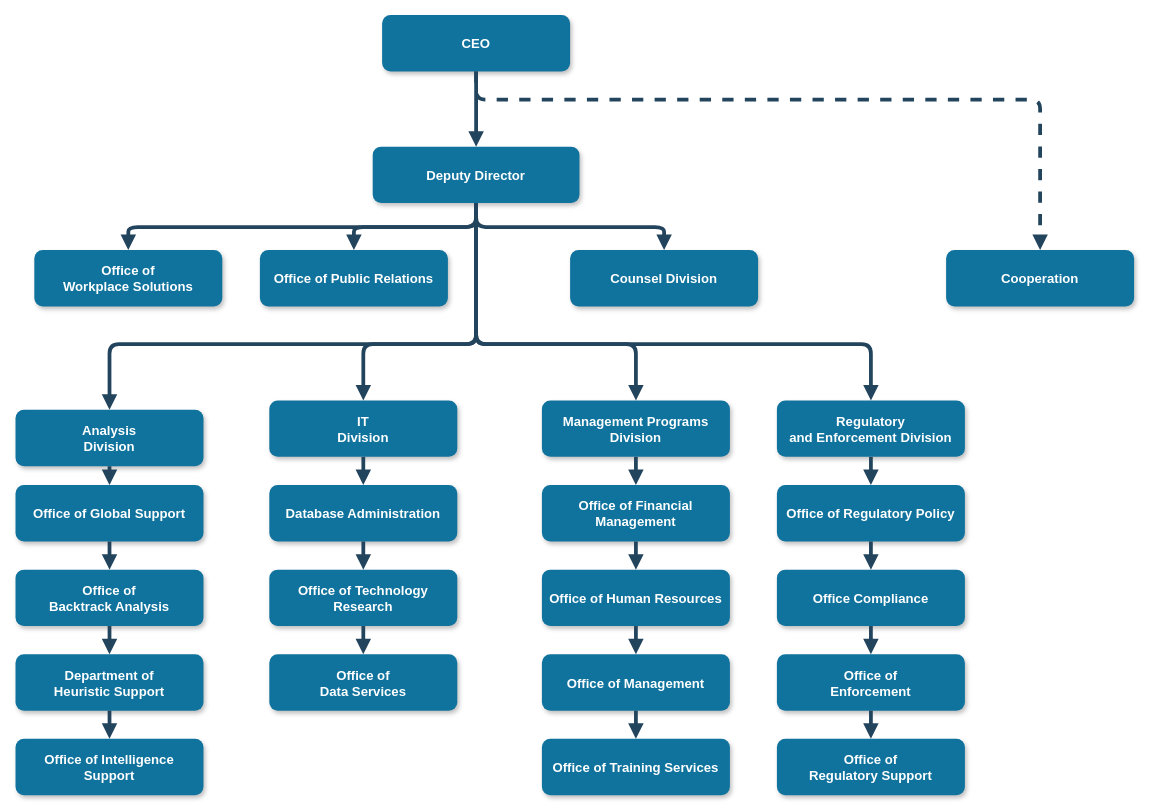
This is diagramFolder/hierarchyStructure.drawio from omilhano/SocialHire, a draw.io file, before an edit. Source tidied: cells renumbered, new cells numbered last; positions are measured from the earlier drawing's top-left corner, leaving out a move shared by most shapes. Both pictures are drawn from the tidied source at 94%, with x=0, y=0 at pixel (15, 15).
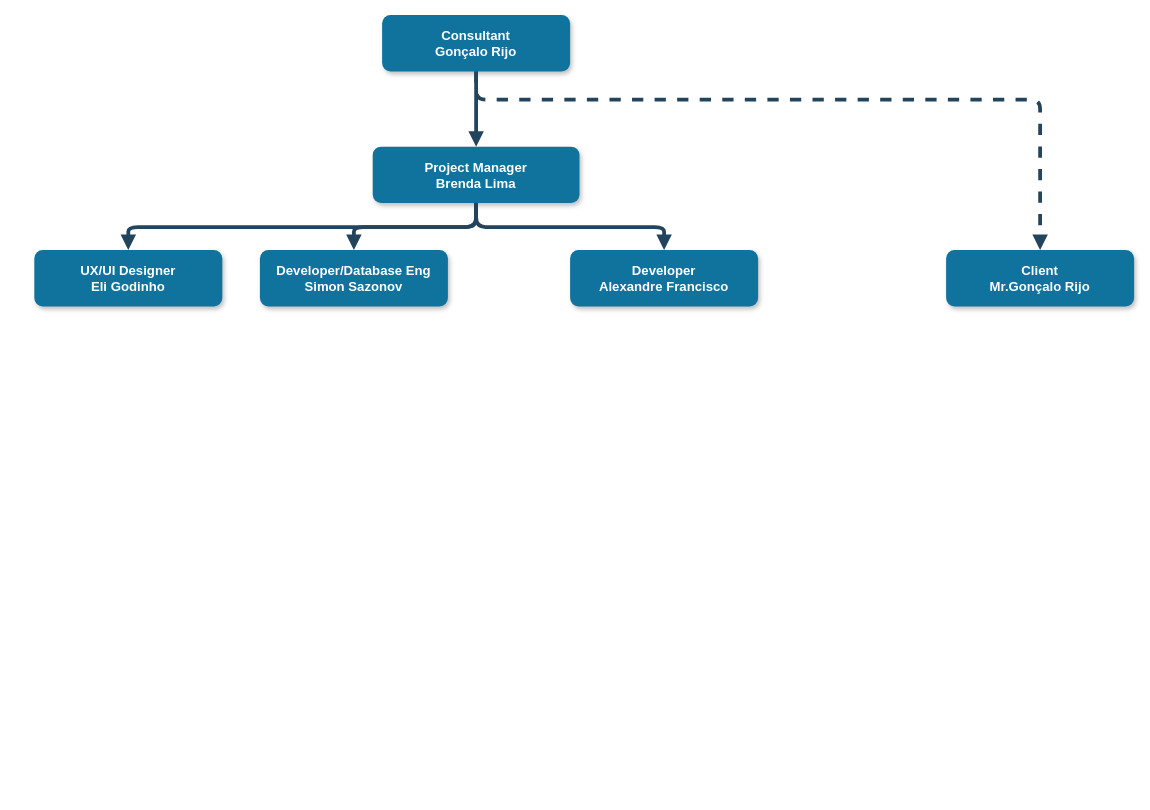
The same diagram, later.

Diff of the diagram source:
```diff
@@
-    <mxCell id="2" value="CEO" style="rounded=1;fillColor=#10739E;strokeColor=none;shadow=1;gradientColor=none;fontStyle=1;fontColor=#FFFFFF;fontSize=14;" parent="1" vertex="1">
+    <mxCell id="2" value="Consultant&#10;Gonçalo Rijo" style="rounded=1;fillColor=#10739E;strokeColor=none;shadow=1;gradientColor=none;fontStyle=1;fontColor=#FFFFFF;fontSize=14;" parent="1" vertex="1">
       <mxGeometry x="390" y="-0.5" width="200" height="60" as="geometry" />
     </mxCell>
-    <mxCell id="3" value="Deputy Director" style="rounded=1;fillColor=#10739E;strokeColor=none;shadow=1;gradientColor=none;fontStyle=1;fontColor=#FFFFFF;fontSize=14;" parent="1" vertex="1">
+    <mxCell id="3" value="Project Manager&#10;Brenda Lima" style="rounded=1;fillColor=#10739E;strokeColor=none;shadow=1;gradientColor=none;fontStyle=1;fontColor=#FFFFFF;fontSize=14;" parent="1" vertex="1">
       <mxGeometry x="380" y="139.5" width="220" height="60" as="geometry" />
     </mxCell>
-    <mxCell id="4" value="Office of &#10;Workplace Solutions" style="rounded=1;fillColor=#10739E;strokeColor=none;shadow=1;gradientColor=none;fontStyle=1;fontColor=#FFFFFF;fontSize=14;" parent="1" vertex="1">
+    <mxCell id="4" value="UX/UI Designer&#10;Eli Godinho" style="rounded=1;fillColor=#10739E;strokeColor=none;shadow=1;gradientColor=none;fontStyle=1;fontColor=#FFFFFF;fontSize=14;" parent="1" vertex="1">
       <mxGeometry x="20" y="249.5" width="200" height="60" as="geometry" />
     </mxCell>
-    <mxCell id="5" value="Office of Public Relations" style="rounded=1;fillColor=#10739E;strokeColor=none;shadow=1;gradientColor=none;fontStyle=1;fontColor=#FFFFFF;fontSize=14;" parent="1" vertex="1">
+    <mxCell id="5" value="Developer/Database Eng&#10;Simon Sazonov" style="rounded=1;fillColor=#10739E;strokeColor=none;shadow=1;gradientColor=none;fontStyle=1;fontColor=#FFFFFF;fontSize=14;" parent="1" vertex="1">
       <mxGeometry x="260" y="249.5" width="200" height="60" as="geometry" />
     </mxCell>
-    <mxCell id="6" value="Counsel Division" style="rounded=1;fillColor=#10739E;strokeColor=none;shadow=1;gradientColor=none;fontStyle=1;fontColor=#FFFFFF;fontSize=14;" parent="1" vertex="1">
+    <mxCell id="6" value="Developer&#10;Alexandre Francisco" style="rounded=1;fillColor=#10739E;strokeColor=none;shadow=1;gradientColor=none;fontStyle=1;fontColor=#FFFFFF;fontSize=14;" parent="1" vertex="1">
       <mxGeometry x="590" y="249.5" width="200" height="60" as="geometry" />
     </mxCell>
-    <mxCell id="7" value="Cooperation" style="rounded=1;fillColor=#10739E;strokeColor=none;shadow=1;gradientColor=none;fontStyle=1;fontColor=#FFFFFF;fontSize=14;" parent="1" vertex="1">
+    <mxCell id="7" value="Client&#10;Mr.Gonçalo Rijo" style="rounded=1;fillColor=#10739E;strokeColor=none;shadow=1;gradientColor=none;fontStyle=1;fontColor=#FFFFFF;fontSize=14;" parent="1" vertex="1">
       <mxGeometry x="990" y="249.5" width="200" height="60" as="geometry" />
     </mxCell>
-    <mxCell id="8" value="Analysis &#10;Division" style="rounded=1;fillColor=#10739E;strokeColor=none;shadow=1;gradientColor=none;fontStyle=1;fontColor=#FFFFFF;fontSize=14;" parent="1" vertex="1">
-      <mxGeometry y="419.5" width="200" height="60" as="geometry" />
-    </mxCell>
-    <mxCell id="9" value="Office of Global Support" style="rounded=1;fillColor=#10739E;strokeColor=none;shadow=1;gradientColor=none;fontStyle=1;fontColor=#FFFFFF;fontSize=14;" parent="1" vertex="1">
-      <mxGeometry y="499.5" width="200" height="60" as="geometry" />
-    </mxCell>
-    <mxCell id="10" value="Office of &#10;Backtrack Analysis" style="rounded=1;fillColor=#10739E;strokeColor=none;shadow=1;gradientColor=none;fontStyle=1;fontColor=#FFFFFF;fontSize=14;" parent="1" vertex="1">
-      <mxGeometry y="589.5" width="200" height="60" as="geometry" />
-    </mxCell>
-    <mxCell id="11" value="Department of &#10;Heuristic Support" style="rounded=1;fillColor=#10739E;strokeColor=none;shadow=1;gradientColor=none;fontStyle=1;fontColor=#FFFFFF;fontSize=14;" parent="1" vertex="1">
-      <mxGeometry y="679.5" width="200" height="60" as="geometry" />
-    </mxCell>
-    <mxCell id="12" value="Office of Intelligence &#10;Support" style="rounded=1;fillColor=#10739E;strokeColor=none;shadow=1;gradientColor=none;fontStyle=1;fontColor=#FFFFFF;fontSize=14;" parent="1" vertex="1">
-      <mxGeometry y="769.5" width="200" height="60" as="geometry" />
-    </mxCell>
-    <mxCell id="13" value="IT&#10;Division" style="rounded=1;fillColor=#10739E;strokeColor=none;shadow=1;gradientColor=none;fontStyle=1;fontColor=#FFFFFF;fontSize=14;" parent="1" vertex="1">
-      <mxGeometry x="270" y="409.5" width="200" height="60" as="geometry" />
-    </mxCell>
-    <mxCell id="14" value="Database Administration" style="rounded=1;fillColor=#10739E;strokeColor=none;shadow=1;gradientColor=none;fontStyle=1;fontColor=#FFFFFF;fontSize=14;" parent="1" vertex="1">
-      <mxGeometry x="270" y="499.5" width="200" height="60" as="geometry" />
-    </mxCell>
-    <mxCell id="15" value="Office of Technology &#10;Research" style="rounded=1;fillColor=#10739E;strokeColor=none;shadow=1;gradientColor=none;fontStyle=1;fontColor=#FFFFFF;fontSize=14;" parent="1" vertex="1">
-      <mxGeometry x="270" y="589.5" width="200" height="60" as="geometry" />
-    </mxCell>
-    <mxCell id="16" value="Office of&#10;Data Services" style="rounded=1;fillColor=#10739E;strokeColor=none;shadow=1;gradientColor=none;fontStyle=1;fontColor=#FFFFFF;fontSize=14;" parent="1" vertex="1">
-      <mxGeometry x="270" y="679.5" width="200" height="60" as="geometry" />
-    </mxCell>
-    <mxCell id="17" value="Management Programs &#10;Division" style="rounded=1;fillColor=#10739E;strokeColor=none;shadow=1;gradientColor=none;fontStyle=1;fontColor=#FFFFFF;fontSize=14;" parent="1" vertex="1">
-      <mxGeometry x="560" y="409.5" width="200" height="60" as="geometry" />
-    </mxCell>
-    <mxCell id="18" value="Office of Financial &#10;Management" style="rounded=1;fillColor=#10739E;strokeColor=none;shadow=1;gradientColor=none;fontStyle=1;fontColor=#FFFFFF;fontSize=14;" parent="1" vertex="1">
-      <mxGeometry x="560" y="499.5" width="200" height="60" as="geometry" />
-    </mxCell>
-    <mxCell id="19" value="Office of Human Resources" style="rounded=1;fillColor=#10739E;strokeColor=none;shadow=1;gradientColor=none;fontStyle=1;fontColor=#FFFFFF;fontSize=14;" parent="1" vertex="1">
-      <mxGeometry x="560" y="589.5" width="200" height="60" as="geometry" />
-    </mxCell>
-    <mxCell id="20" value="Office of Management " style="rounded=1;fillColor=#10739E;strokeColor=none;shadow=1;gradientColor=none;fontStyle=1;fontColor=#FFFFFF;fontSize=14;" parent="1" vertex="1">
-      <mxGeometry x="560" y="679.5" width="200" height="60" as="geometry" />
-    </mxCell>
-    <mxCell id="21" value="Office of Training Services" style="rounded=1;fillColor=#10739E;strokeColor=none;shadow=1;gradientColor=none;fontStyle=1;fontColor=#FFFFFF;fontSize=14;" parent="1" vertex="1">
-      <mxGeometry x="560" y="769.5" width="200" height="60" as="geometry" />
-    </mxCell>
-    <mxCell id="22" value="Regulatory &#10;and Enforcement Division" style="rounded=1;fillColor=#10739E;strokeColor=none;shadow=1;gradientColor=none;fontStyle=1;fontColor=#FFFFFF;fontSize=14;" parent="1" vertex="1">
-      <mxGeometry x="810" y="409.5" width="200" height="60" as="geometry" />
-    </mxCell>
-    <mxCell id="23" value="Office of Regulatory Policy" style="rounded=1;fillColor=#10739E;strokeColor=none;shadow=1;gradientColor=none;fontStyle=1;fontColor=#FFFFFF;fontSize=14;" parent="1" vertex="1">
-      <mxGeometry x="810" y="499.5" width="200" height="60" as="geometry" />
-    </mxCell>
-    <mxCell id="24" value="Office Compliance" style="rounded=1;fillColor=#10739E;strokeColor=none;shadow=1;gradientColor=none;fontStyle=1;fontColor=#FFFFFF;fontSize=14;" parent="1" vertex="1">
-      <mxGeometry x="810" y="589.5" width="200" height="60" as="geometry" />
-    </mxCell>
-    <mxCell id="25" value="Office of &#10;Enforcement" style="rounded=1;fillColor=#10739E;strokeColor=none;shadow=1;gradientColor=none;fontStyle=1;fontColor=#FFFFFF;fontSize=14;" parent="1" vertex="1">
-      <mxGeometry x="810" y="679.5" width="200" height="60" as="geometry" />
-    </mxCell>
-    <mxCell id="26" value="Office of&#10; Regulatory Support" style="rounded=1;fillColor=#10739E;strokeColor=none;shadow=1;gradientColor=none;fontStyle=1;fontColor=#FFFFFF;fontSize=14;" parent="1" vertex="1">
-      <mxGeometry x="810" y="769.5" width="200" height="60" as="geometry" />
-    </mxCell>
@@
-    <mxCell id="32" style="edgeStyle=elbowEdgeStyle;elbow=vertical;strokeWidth=4;endArrow=block;endFill=1;fontStyle=1;strokeColor=#23445D;" parent="1" edge="1" source="3" target="8">
-      <mxGeometry x="22" y="165.5" as="geometry">
-        <Array as="points">
-          <mxPoint x="270" y="349.5" />
-        </Array>
-      </mxGeometry>
-    </mxCell>
-    <mxCell id="33" style="edgeStyle=elbowEdgeStyle;elbow=vertical;strokeWidth=4;endArrow=block;endFill=1;fontStyle=1;strokeColor=#23445D;" parent="1" edge="1" source="3" target="22">
-      <mxGeometry x="22" y="165.5" as="geometry">
-        <Array as="points">
-          <mxPoint x="690" y="349.5" />
-        </Array>
-      </mxGeometry>
-    </mxCell>
-    <mxCell id="34" style="edgeStyle=elbowEdgeStyle;elbow=vertical;strokeWidth=4;endArrow=block;endFill=1;fontStyle=1;strokeColor=#23445D;" parent="1" edge="1" source="8" target="9">
-      <mxGeometry x="62" y="165.5" as="geometry" />
-    </mxCell>
-    <mxCell id="35" style="edgeStyle=elbowEdgeStyle;elbow=vertical;strokeWidth=4;endArrow=block;endFill=1;fontStyle=1;strokeColor=#23445D;" parent="1" edge="1" source="9" target="10">
-      <mxGeometry x="62" y="175.5" as="geometry" />
-    </mxCell>
-    <mxCell id="36" style="edgeStyle=elbowEdgeStyle;elbow=vertical;strokeWidth=4;endArrow=block;endFill=1;fontStyle=1;strokeColor=#23445D;" parent="1" edge="1" source="10" target="11">
-      <mxGeometry x="62" y="185.5" as="geometry" />
-    </mxCell>
-    <mxCell id="37" style="edgeStyle=elbowEdgeStyle;elbow=vertical;strokeWidth=4;endArrow=block;endFill=1;fontStyle=1;strokeColor=#23445D;" parent="1" edge="1" source="11" target="12">
-      <mxGeometry x="62" y="195.5" as="geometry" />
-    </mxCell>
-    <mxCell id="38" style="edgeStyle=elbowEdgeStyle;elbow=vertical;strokeWidth=4;endArrow=block;endFill=1;fontStyle=1;strokeColor=#23445D;" parent="1" edge="1" source="13" target="14">
-      <mxGeometry x="62" y="165.5" as="geometry" />
-    </mxCell>
-    <mxCell id="39" style="edgeStyle=elbowEdgeStyle;elbow=vertical;strokeWidth=4;endArrow=block;endFill=1;fontStyle=1;strokeColor=#23445D;" parent="1" edge="1" source="14" target="15">
-      <mxGeometry x="62" y="175.5" as="geometry" />
-    </mxCell>
-    <mxCell id="40" style="edgeStyle=elbowEdgeStyle;elbow=vertical;strokeWidth=4;endArrow=block;endFill=1;fontStyle=1;strokeColor=#23445D;" parent="1" edge="1" source="15" target="16">
-      <mxGeometry x="62" y="185.5" as="geometry" />
-    </mxCell>
-    <mxCell id="41" style="edgeStyle=elbowEdgeStyle;elbow=vertical;strokeWidth=4;endArrow=block;endFill=1;fontStyle=1;strokeColor=#23445D;" parent="1" edge="1" source="17" target="18">
-      <mxGeometry x="72" y="165.5" as="geometry" />
-    </mxCell>
-    <mxCell id="42" style="edgeStyle=elbowEdgeStyle;elbow=vertical;strokeWidth=4;endArrow=block;endFill=1;fontStyle=1;strokeColor=#23445D;" parent="1" edge="1" source="18" target="19">
-      <mxGeometry x="72" y="175.5" as="geometry" />
-    </mxCell>
-    <mxCell id="43" style="edgeStyle=elbowEdgeStyle;elbow=vertical;strokeWidth=4;endArrow=block;endFill=1;fontStyle=1;strokeColor=#23445D;" parent="1" edge="1" source="19" target="20">
-      <mxGeometry x="72" y="185.5" as="geometry" />
-    </mxCell>
-    <mxCell id="44" style="edgeStyle=elbowEdgeStyle;elbow=vertical;strokeWidth=4;endArrow=block;endFill=1;fontStyle=1;strokeColor=#23445D;" parent="1" edge="1" source="20" target="21">
-      <mxGeometry x="72" y="195.5" as="geometry" />
-    </mxCell>
-    <mxCell id="45" style="edgeStyle=elbowEdgeStyle;elbow=vertical;strokeWidth=4;endArrow=block;endFill=1;fontStyle=1;strokeColor=#23445D;" parent="1" edge="1" source="22" target="23">
-      <mxGeometry x="72" y="165.5" as="geometry" />
-    </mxCell>
-    <mxCell id="46" style="edgeStyle=elbowEdgeStyle;elbow=vertical;strokeWidth=4;endArrow=block;endFill=1;fontStyle=1;strokeColor=#23445D;" parent="1" edge="1" source="23" target="24">
-      <mxGeometry x="72" y="175.5" as="geometry" />
-    </mxCell>
-    <mxCell id="47" style="edgeStyle=elbowEdgeStyle;elbow=vertical;strokeWidth=4;endArrow=block;endFill=1;fontStyle=1;strokeColor=#23445D;" parent="1" edge="1" source="24" target="25">
-      <mxGeometry x="72" y="185.5" as="geometry" />
-    </mxCell>
-    <mxCell id="48" style="edgeStyle=elbowEdgeStyle;elbow=vertical;strokeWidth=4;endArrow=block;endFill=1;fontStyle=1;strokeColor=#23445D;" parent="1" edge="1" source="25" target="26">
-      <mxGeometry x="72" y="195.5" as="geometry" />
-    </mxCell>
-    <mxCell id="49" style="edgeStyle=elbowEdgeStyle;elbow=vertical;strokeWidth=4;endArrow=block;endFill=1;fontStyle=1;strokeColor=#23445D;" parent="1" edge="1" source="3" target="13">
-      <mxGeometry x="22" y="165.5" as="geometry">
-        <Array as="points">
-          <mxPoint x="370" y="349.5" />
-        </Array>
-      </mxGeometry>
-    </mxCell>
-    <mxCell id="50" style="edgeStyle=elbowEdgeStyle;elbow=vertical;strokeWidth=4;endArrow=block;endFill=1;fontStyle=1;strokeColor=#23445D;" parent="1" edge="1" source="3" target="17">
-      <mxGeometry x="22" y="165.5" as="geometry">
-        <Array as="points">
-          <mxPoint x="660" y="349.5" />
-        </Array>
-      </mxGeometry>
-    </mxCell>
```
